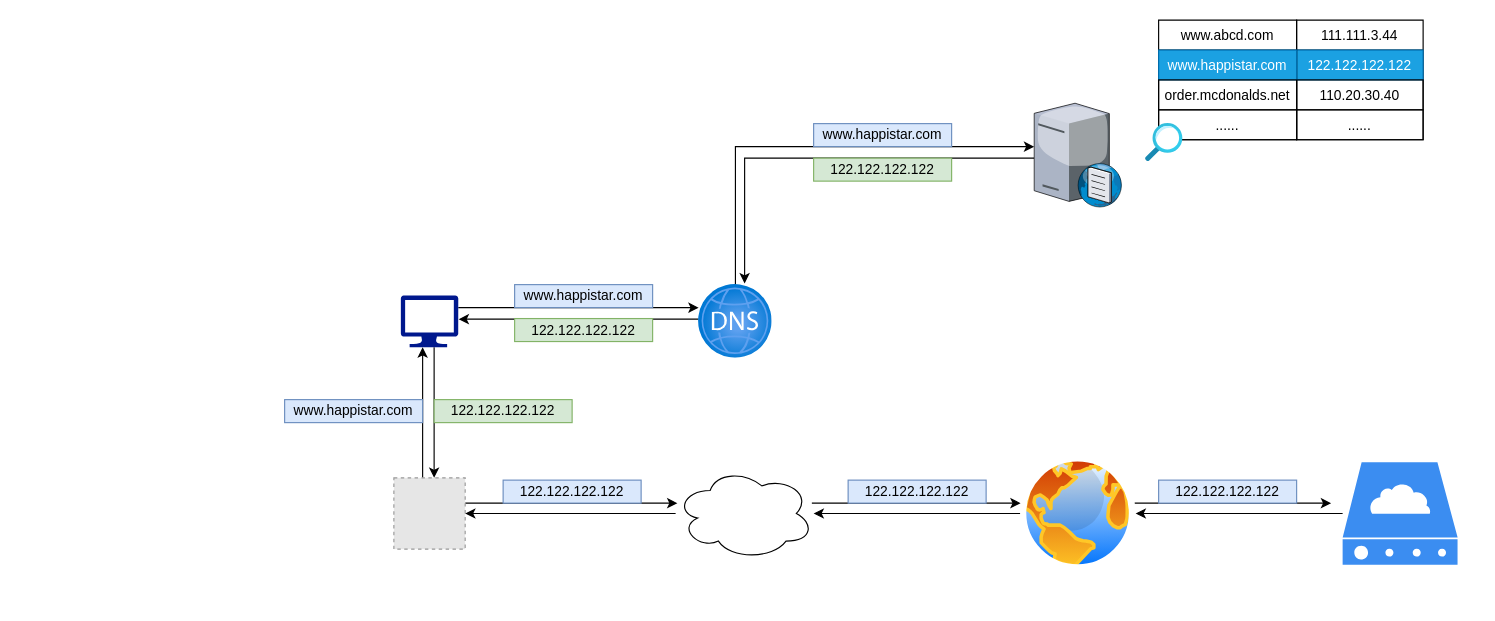
Above: hijacking.drawio in jackred8/drawio (draw.io), before the change. Source tidied: cells renumbered, new cells numbered last; positions are measured from the earlier drawing's top-left corner, leaving out a move shared by most shapes. Both pictures are drawn from the tidied source at 115%, with x=0, y=0 at pixel (284, 20). Pictures stored in the file or linked from it are replaced by grey dashed boxes.
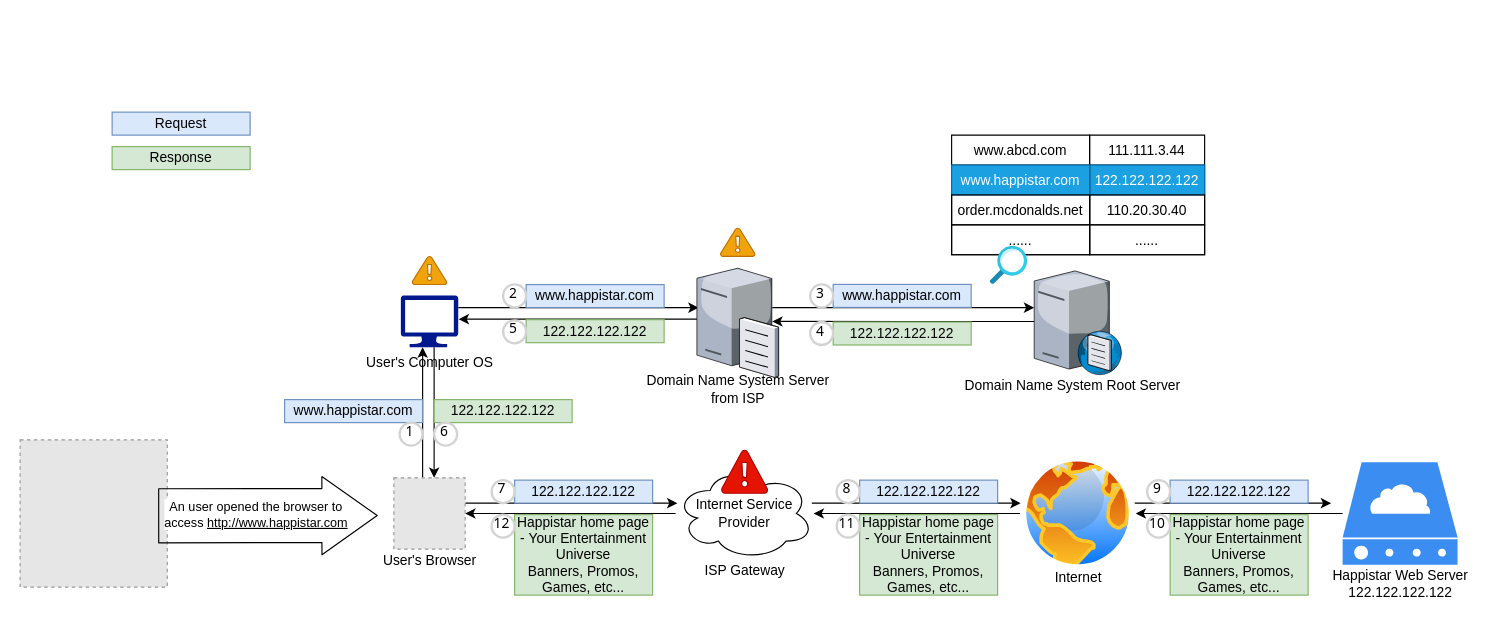
Above is the later version.

Unchanged cells that the change refers to:
```xml
<mxCell id="7" style="shadow=0;dashed=0;html=1;strokeColor=none;labelPosition=center;verticalLabelPosition=bottom;verticalAlign=top;align=center;fillColor=#00188D;shape=mxgraph.azure.computer;" parent="1" vertex="1">
  <mxGeometry x="101" y="239.5" width="50" height="45" as="geometry" />
</mxCell>
```

The edit, as a diff of the source:
```diff
@@
-    <mxCell id="6" style="edgeStyle=orthogonalEdgeStyle;rounded=0;jettySize=auto;html=1;" parent="1" edge="1" source="7" target="15">
+    <mxCell id="6" style="edgeStyle=orthogonalEdgeStyle;rounded=0;jettySize=auto;html=1;" parent="1" edge="1" source="7">
       <mxGeometry relative="1" as="geometry">
+        <mxPoint x="360" y="250" as="targetPoint" />
         <Array as="points">
           <mxPoint x="290" y="250" />
           <mxPoint x="290" y="250" />
         </Array>
       </mxGeometry>
     </mxCell>
@@
-    <mxCell id="8" style="edgeStyle=orthogonalEdgeStyle;rounded=0;jettySize=auto;html=1;entryX=0.625;entryY=-0.016;entryDx=0;entryDy=0;entryPerimeter=0;" parent="1" edge="1" source="9" target="15">
-      <mxGeometry relative="1" as="geometry">
-        <Array as="points">
-          <mxPoint x="400" y="120" />
-        </Array>
-      </mxGeometry>
-    </mxCell>
+    <mxCell id="39" style="edgeStyle=orthogonalEdgeStyle;rounded=0;jettySize=auto;html=1;" parent="1" edge="1" source="9">
+      <mxGeometry relative="1" as="geometry">
+        <mxPoint x="424" y="262" as="targetPoint" />
+      </mxGeometry>
+    </mxCell>
     <mxCell id="9" style="verticalLabelPosition=bottom;html=1;verticalAlign=top;strokeColor=none;align=center;outlineConnect=0;shape=mxgraph.citrix.dns_server;" parent="1" vertex="1">
-      <mxGeometry x="651.8" y="70" width="76.5" height="92.5" as="geometry" />
+      <mxGeometry x="651.8" y="215.8" width="76.5" height="92.5" as="geometry" />
     </mxCell>
@@
-    <mxCell id="12" style="ellipse;shape=cloud;whiteSpace=wrap;html=1;" parent="1" vertex="1">
+    <mxCell id="12" value="Internet Service Provider" style="ellipse;shape=cloud;whiteSpace=wrap;html=1;" parent="1" vertex="1">
       <mxGeometry x="340" y="389" width="120" height="80" as="geometry" />
     </mxCell>
-    <mxCell id="13" style="edgeStyle=orthogonalEdgeStyle;rounded=0;jettySize=auto;html=1;entryX=1.007;entryY=0.456;entryDx=0;entryDy=0;entryPerimeter=0;" parent="1" edge="1" source="15" target="7">
+    <mxCell id="13" style="edgeStyle=orthogonalEdgeStyle;rounded=0;jettySize=auto;html=1;entryX=1.007;entryY=0.456;entryDx=0;entryDy=0;entryPerimeter=0;" parent="1" edge="1" target="7">
       <mxGeometry relative="1" as="geometry">
+        <mxPoint x="360" y="260" as="sourcePoint" />
         <Array as="points">
           <mxPoint x="280" y="260" />
           <mxPoint x="280" y="260" />
         </Array>
       </mxGeometry>
     </mxCell>
-    <mxCell id="14" style="edgeStyle=orthogonalEdgeStyle;rounded=0;jettySize=auto;html=1;" parent="1" edge="1" source="15" target="9">
-      <mxGeometry relative="1" as="geometry">
-        <Array as="points">
-          <mxPoint x="392" y="110" />
-        </Array>
-      </mxGeometry>
-    </mxCell>
-    <mxCell id="15" style="html=1;points=[];align=center;image;fontSize=12;image=img/lib/azure2/networking/DNS_Zones.svg;" parent="1" vertex="1">
-      <mxGeometry x="360" y="230" width="64" height="64" as="geometry" />
-    </mxCell>
+    <mxCell id="40" style="edgeStyle=orthogonalEdgeStyle;rounded=0;jettySize=auto;html=1;" parent="1" edge="1" target="9">
+      <mxGeometry relative="1" as="geometry">
+        <mxPoint x="424" y="250" as="sourcePoint" />
+        <Array as="points">
+          <mxPoint x="450" y="250" />
+          <mxPoint x="450" y="250" />
+        </Array>
+      </mxGeometry>
+    </mxCell>
@@
     <mxCell id="22" value="www.happistar.com" style="whiteSpace=wrap;html=1;fillColor=#dae8fc;strokeColor=#6c8ebf;" parent="1" vertex="1">
-      <mxGeometry x="200" y="230" width="120" height="20" as="geometry" />
+      <mxGeometry x="210" y="230" width="120" height="20" as="geometry" />
     </mxCell>
     <mxCell id="23" value="www.happistar.com" style="whiteSpace=wrap;html=1;fillColor=#dae8fc;strokeColor=#6c8ebf;" parent="1" vertex="1">
-      <mxGeometry x="460" y="90" width="120" height="20" as="geometry" />
+      <mxGeometry x="477" y="229.8" width="120" height="20" as="geometry" />
     </mxCell>
     <mxCell id="24" value="&lt;span&gt;122.122.122.122&lt;/span&gt;" style="whiteSpace=wrap;html=1;fillColor=#d5e8d4;strokeColor=#82b366;" parent="1" vertex="1">
-      <mxGeometry x="460" y="120" width="120" height="20" as="geometry" />
+      <mxGeometry x="477" y="262.5" width="120" height="20" as="geometry" />
     </mxCell>
     <mxCell id="25" value="&lt;span&gt;122.122.122.122&lt;/span&gt;" style="whiteSpace=wrap;html=1;fillColor=#d5e8d4;strokeColor=#82b366;" parent="1" vertex="1">
-      <mxGeometry x="200" y="259.5" width="120" height="20" as="geometry" />
+      <mxGeometry x="210" y="260.5" width="120" height="20" as="geometry" />
     </mxCell>
@@
     <mxCell id="27" value="122.122.122.122" style="whiteSpace=wrap;html=1;fillColor=#dae8fc;strokeColor=#6c8ebf;" parent="1" vertex="1">
-      <mxGeometry x="190" y="400" width="120" height="20" as="geometry" />
+      <mxGeometry x="200" y="400" width="120" height="20" as="geometry" />
     </mxCell>
     <mxCell id="28" value="122.122.122.122" style="whiteSpace=wrap;html=1;fillColor=#dae8fc;strokeColor=#6c8ebf;" parent="1" vertex="1">
-      <mxGeometry x="490" y="400" width="120" height="20" as="geometry" />
+      <mxGeometry x="500" y="400" width="120" height="20" as="geometry" />
     </mxCell>
     <mxCell id="29" value="122.122.122.122" style="whiteSpace=wrap;html=1;fillColor=#dae8fc;strokeColor=#6c8ebf;" parent="1" vertex="1">
-      <mxGeometry x="760" y="400" width="120" height="20" as="geometry" />
+      <mxGeometry x="770" y="400" width="120" height="20" as="geometry" />
     </mxCell>
     <mxCell id="30" value="111.111.3.44" style="swimlane;fontStyle=0;horizontal=1;startSize=26;fillColor=none;strokeColor=#000000;verticalAlign=middle;align=center;" parent="1" vertex="1">
-      <mxGeometry x="880" width="110" height="104" as="geometry" />
+      <mxGeometry x="700" y="100" width="100" height="104" as="geometry" />
     </mxCell>
     <mxCell id="31" value="122.122.122.122" style="text;fillColor=#1ba1e2;align=center;verticalAlign=middle;spacingLeft=4;spacingRight=4;overflow=hidden;strokeColor=#006EAF;fontColor=#ffffff;" parent="30" vertex="1">
-      <mxGeometry y="26" width="110" height="26" as="geometry" />
+      <mxGeometry y="26" width="100" height="26" as="geometry" />
     </mxCell>
     <mxCell id="32" value="110.20.30.40" style="text;fillColor=none;align=center;verticalAlign=middle;spacingLeft=4;spacingRight=4;overflow=hidden;strokeColor=#000000;" parent="30" vertex="1">
-      <mxGeometry y="52" width="110" height="26" as="geometry" />
+      <mxGeometry y="52" width="100" height="26" as="geometry" />
     </mxCell>
     <mxCell id="33" value="......" style="text;fillColor=none;align=center;verticalAlign=middle;spacingLeft=4;spacingRight=4;overflow=hidden;strokeColor=#000000;" parent="30" vertex="1">
-      <mxGeometry y="78" width="110" height="26" as="geometry" />
+      <mxGeometry y="78" width="100" height="26" as="geometry" />
     </mxCell>
     <mxCell id="34" value="www.abcd.com" style="swimlane;fontStyle=0;horizontal=1;startSize=26;fillColor=none;strokeColor=#000000;verticalAlign=middle;align=center;" parent="1" vertex="1">
-      <mxGeometry x="760" width="120" height="104" as="geometry" />
+      <mxGeometry x="580" y="100" width="120" height="104" as="geometry" />
     </mxCell>
@@
+    <mxCell id="41" value="Happistar home page -&amp;nbsp;Your Entertainment Universe&lt;br&gt;Banners, Promos, Games, etc..." style="rounded=0;whiteSpace=wrap;html=1;strokeColor=#82b366;align=center;fillColor=#d5e8d4;" parent="1" vertex="1">
+      <mxGeometry x="770" y="430" width="120" height="70" as="geometry" />
+    </mxCell>
+    <mxCell id="42" value="Happistar home page -&amp;nbsp;Your Entertainment Universe&lt;br&gt;Banners, Promos, Games, etc..." style="rounded=0;whiteSpace=wrap;html=1;strokeColor=#82b366;align=center;fillColor=#d5e8d4;" parent="1" vertex="1">
+      <mxGeometry x="500" y="430" width="120" height="70" as="geometry" />
+    </mxCell>
+    <mxCell id="43" value="Happistar home page -&amp;nbsp;Your Entertainment Universe&lt;br&gt;Banners, Promos, Games, etc..." style="rounded=0;whiteSpace=wrap;html=1;strokeColor=#82b366;align=center;fillColor=#d5e8d4;" parent="1" vertex="1">
+      <mxGeometry x="200" y="430" width="120" height="70" as="geometry" />
+    </mxCell>
     <mxCell id="38" style="html=1;align=center;image;fontSize=12;image=img/lib/azure2/general/Search.svg;strokeColor=#000000;" parent="1" vertex="1">
-      <mxGeometry x="710" y="90" width="110" height="33" as="geometry" />
+      <mxGeometry x="580" y="196.8" width="100" height="33" as="geometry" />
     </mxCell>
+    <mxCell id="44" value="Internet" style="text;html=1;align=center;verticalAlign=middle;" parent="1" vertex="1">
+      <mxGeometry x="660" y="475" width="60" height="20" as="geometry" />
+    </mxCell>
+    <mxCell id="45" value="Request" style="whiteSpace=wrap;html=1;strokeColor=#6c8ebf;align=center;fillColor=#dae8fc;" parent="1" vertex="1">
+      <mxGeometry x="-150" y="80" width="120" height="20" as="geometry" />
+    </mxCell>
+    <mxCell id="46" value="Response" style="whiteSpace=wrap;html=1;strokeColor=#82b366;align=center;fillColor=#d5e8d4;" parent="1" vertex="1">
+      <mxGeometry x="-150" y="110" width="120" height="20" as="geometry" />
+    </mxCell>
+    <mxCell id="47" value="User's Browser" style="text;html=1;align=center;verticalAlign=middle;" parent="1" vertex="1">
+      <mxGeometry x="76" y="460" width="100" height="20" as="geometry" />
+    </mxCell>
+    <mxCell id="48" value="User's Computer OS" style="text;html=1;align=center;verticalAlign=middle;" parent="1" vertex="1">
+      <mxGeometry x="61" y="288" width="130" height="20" as="geometry" />
+    </mxCell>
+    <mxCell id="49" value="Domain Name System Server&lt;br&gt;from ISP" style="text;html=1;align=center;verticalAlign=middle;" parent="1" vertex="1">
+      <mxGeometry x="309" y="306.2" width="170" height="30" as="geometry" />
+    </mxCell>
+    <mxCell id="50" value="Domain Name System Root Server" style="text;html=1;align=center;verticalAlign=middle;" parent="1" vertex="1">
+      <mxGeometry x="585" y="308.2" width="200" height="20" as="geometry" />
+    </mxCell>
+    <mxCell id="51" value="Happistar Web Server&lt;br&gt;122.122.122.122" style="text;html=1;align=center;verticalAlign=middle;" parent="1" vertex="1">
+      <mxGeometry x="905" y="475" width="130" height="30" as="geometry" />
+    </mxCell>
+    <mxCell id="52" style="fillColor=#E6E6E6;strokeColor=#999999;dashed=1;html=1;verticalAlign=top;verticalLabelPosition=bottom;labelBackgroundColor=#ffffff;align=center;" parent="1" vertex="1">
+      <mxGeometry x="-230" y="365" width="128" height="128" as="geometry" />
+    </mxCell>
+    <mxCell id="53" style="shape=flexArrow;endArrow=classic;html=1;width=47;endSize=15.69;" parent="1" edge="1">
+      <mxGeometry relative="1" as="geometry">
+        <mxPoint x="-110" y="431" as="sourcePoint" />
+        <mxPoint x="81" y="430.8" as="targetPoint" />
+      </mxGeometry>
+    </mxCell>
+    <mxCell id="54" value="An user opened the browser to&lt;br&gt;access &lt;u&gt;http://www.happistar.com&lt;/u&gt;" style="edgeLabel;html=1;align=center;verticalAlign=middle;" parent="53" vertex="1">
+      <mxGeometry x="-0.28" y="-3" relative="1" as="geometry">
+        <mxPoint x="15" y="-4.4" as="offset" />
+      </mxGeometry>
+    </mxCell>
+    <mxCell id="55" value="ISP Gateway" style="text;html=1;align=center;verticalAlign=middle;" parent="1" vertex="1">
+      <mxGeometry x="355" y="469" width="90" height="20" as="geometry" />
+    </mxCell>
+    <mxCell id="56" value="1" style="ellipse;whiteSpace=wrap;html=1;strokeWidth=2;fontFamily=Tahoma;spacingBottom=4;spacingRight=2;strokeColor=#d3d3d3;align=center;" parent="1" vertex="1">
+      <mxGeometry x="100" y="350" width="20" height="20" as="geometry" />
+    </mxCell>
+    <mxCell id="57" value="2" style="ellipse;whiteSpace=wrap;html=1;strokeWidth=2;fontFamily=Tahoma;spacingBottom=4;spacingRight=2;strokeColor=#d3d3d3;align=center;" parent="1" vertex="1">
+      <mxGeometry x="190" y="229.8" width="20" height="20" as="geometry" />
+    </mxCell>
+    <mxCell id="58" value="3" style="ellipse;whiteSpace=wrap;html=1;strokeWidth=2;fontFamily=Tahoma;spacingBottom=4;spacingRight=2;strokeColor=#d3d3d3;align=center;" parent="1" vertex="1">
+      <mxGeometry x="457" y="229.8" width="20" height="20" as="geometry" />
+    </mxCell>
+    <mxCell id="59" value="4" style="ellipse;whiteSpace=wrap;html=1;strokeWidth=2;fontFamily=Tahoma;spacingBottom=4;spacingRight=2;strokeColor=#d3d3d3;align=center;" parent="1" vertex="1">
+      <mxGeometry x="457" y="262.5" width="20" height="20" as="geometry" />
+    </mxCell>
+    <mxCell id="60" value="5" style="ellipse;whiteSpace=wrap;html=1;strokeWidth=2;fontFamily=Tahoma;spacingBottom=4;spacingRight=2;strokeColor=#d3d3d3;align=center;" parent="1" vertex="1">
+      <mxGeometry x="190" y="261" width="20" height="20" as="geometry" />
+    </mxCell>
+    <mxCell id="61" value="6" style="ellipse;whiteSpace=wrap;html=1;strokeWidth=2;fontFamily=Tahoma;spacingBottom=4;spacingRight=2;strokeColor=#d3d3d3;align=center;" parent="1" vertex="1">
+      <mxGeometry x="130" y="350" width="20" height="20" as="geometry" />
+    </mxCell>
+    <mxCell id="62" value="7" style="ellipse;whiteSpace=wrap;html=1;strokeWidth=2;fontFamily=Tahoma;spacingBottom=4;spacingRight=2;strokeColor=#d3d3d3;align=center;" parent="1" vertex="1">
+      <mxGeometry x="180" y="400" width="20" height="20" as="geometry" />
+    </mxCell>
+    <mxCell id="63" value="8" style="ellipse;whiteSpace=wrap;html=1;strokeWidth=2;fontFamily=Tahoma;spacingBottom=4;spacingRight=2;strokeColor=#d3d3d3;align=center;" parent="1" vertex="1">
+      <mxGeometry x="480" y="400" width="20" height="20" as="geometry" />
+    </mxCell>
+    <mxCell id="64" value="9" style="ellipse;whiteSpace=wrap;html=1;strokeWidth=2;fontFamily=Tahoma;spacingBottom=4;spacingRight=2;strokeColor=#d3d3d3;align=center;" parent="1" vertex="1">
+      <mxGeometry x="750" y="400" width="20" height="20" as="geometry" />
+    </mxCell>
+    <mxCell id="65" value="10" style="ellipse;whiteSpace=wrap;html=1;strokeWidth=2;fontFamily=Tahoma;spacingBottom=4;spacingRight=2;strokeColor=#d3d3d3;align=center;" parent="1" vertex="1">
+      <mxGeometry x="750" y="430" width="20" height="20" as="geometry" />
+    </mxCell>
+    <mxCell id="66" value="12" style="ellipse;whiteSpace=wrap;html=1;strokeWidth=2;fontFamily=Tahoma;spacingBottom=4;spacingRight=2;strokeColor=#d3d3d3;align=center;" parent="1" vertex="1">
+      <mxGeometry x="180" y="430" width="20" height="20" as="geometry" />
+    </mxCell>
+    <mxCell id="67" value="11" style="ellipse;whiteSpace=wrap;html=1;strokeWidth=2;fontFamily=Tahoma;spacingBottom=4;spacingRight=2;strokeColor=#d3d3d3;align=center;" parent="1" vertex="1">
+      <mxGeometry x="480" y="430" width="20" height="20" as="geometry" />
+    </mxCell>
+    <mxCell id="68" style="verticalLabelPosition=bottom;html=1;verticalAlign=top;strokeColor=none;align=center;shape=mxgraph.citrix.file_server;" parent="1" vertex="1">
+      <mxGeometry x="358.5" y="213.5" width="71" height="97" as="geometry" />
+    </mxCell>
+    <mxCell id="69" style="verticalLabelPosition=bottom;html=1;verticalAlign=top;align=center;strokeColor=#B20000;fillColor=#e51400;shape=mxgraph.azure.azure_alert;fontColor=#ffffff;" parent="1" vertex="1">
+      <mxGeometry x="380" y="374" width="40" height="37.5" as="geometry" />
+    </mxCell>
+    <mxCell id="70" style="verticalLabelPosition=bottom;html=1;verticalAlign=top;align=center;strokeColor=#BD7000;fillColor=#f0a30a;shape=mxgraph.azure.azure_alert;fontColor=#ffffff;" parent="1" vertex="1">
+      <mxGeometry x="111" y="205.5" width="30" height="24.5" as="geometry" />
+    </mxCell>
+    <mxCell id="71" style="verticalLabelPosition=bottom;html=1;verticalAlign=top;align=center;strokeColor=#BD7000;fillColor=#f0a30a;shape=mxgraph.azure.azure_alert;fontColor=#ffffff;" parent="1" vertex="1">
+      <mxGeometry x="379" y="181" width="30" height="24.5" as="geometry" />
+    </mxCell>
```
